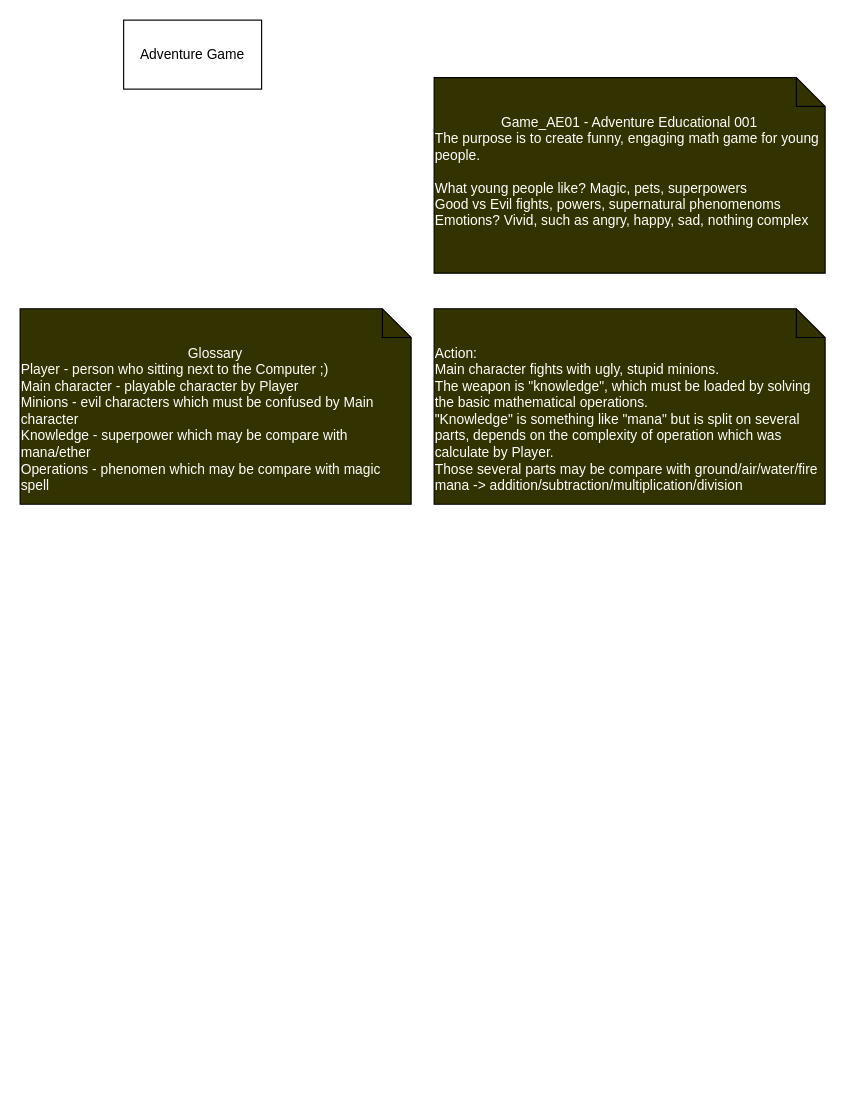
The draw.io diagram adventure_educational_game_001.drawio in Dexmo-7/ProjectM01, before the edit. Source tidied: cells renumbered, new cells numbered last; positions are measured from the earlier drawing's top-left corner, leaving out a move shared by most shapes. Both pictures are drawn from the tidied source at 115%, with x=0, y=0 at pixel (20, 20).
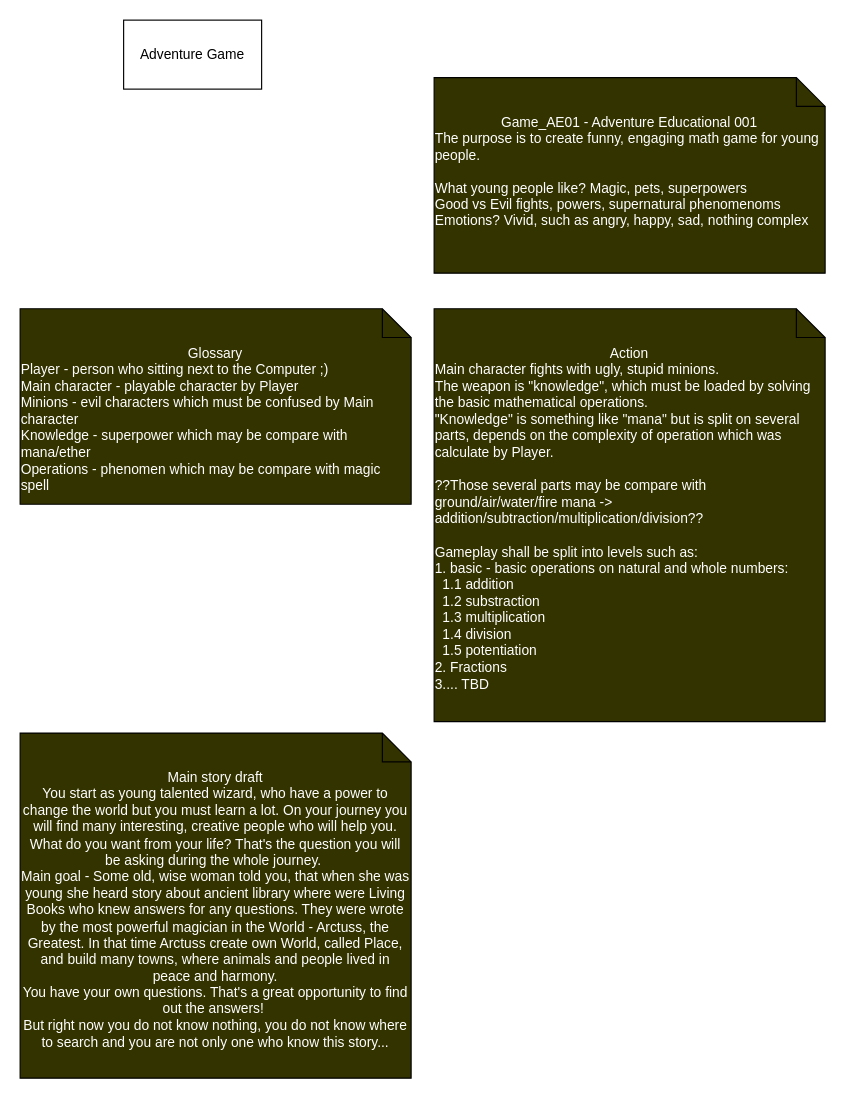
The same diagram, later.

Change to the diagram source:
```diff
@@
 <mxGraphModel>
   <root>
     <mxCell id="0" />
     <mxCell id="1" parent="0" />
     <mxCell id="2" value="Adventure Game" style="rounded=0;whiteSpace=wrap;html=1;" parent="1" vertex="1">
       <mxGeometry x="90" width="120" height="60" as="geometry" />
     </mxCell>
     <mxCell id="3" value="Game_AE01 - Adventure Educational 001&lt;br&gt;&lt;div style=&quot;text-align: left;&quot;&gt;&lt;span style=&quot;background-color: initial;&quot;&gt;The purpose is to create funny, engaging math game for young people.&lt;/span&gt;&lt;/div&gt;&lt;div style=&quot;text-align: left;&quot;&gt;&lt;span style=&quot;background-color: initial;&quot;&gt;&lt;br&gt;&lt;/span&gt;&lt;/div&gt;&lt;div style=&quot;text-align: left;&quot;&gt;&lt;span style=&quot;background-color: initial;&quot;&gt;What young people like? Magic, pets, superpowers&amp;nbsp;&lt;/span&gt;&lt;/div&gt;&lt;div style=&quot;text-align: left;&quot;&gt;Good vs Evil fights, powers, supernatural phenomenoms&lt;/div&gt;&lt;div style=&quot;text-align: left;&quot;&gt;Emotions? Vivid, such as angry, happy, sad, nothing complex&lt;/div&gt;&lt;div style=&quot;text-align: left;&quot;&gt;&lt;br&gt;&lt;/div&gt;" style="shape=note2;boundedLbl=1;whiteSpace=wrap;html=1;size=25;verticalAlign=top;align=center;fillColor=#333300;fontColor=#FFFFFF;" parent="1" vertex="1">
       <mxGeometry x="360" y="50" width="340" height="170" as="geometry" />
     </mxCell>
-    <mxCell id="4" value="&lt;div style=&quot;text-align: left;&quot;&gt;Action:&lt;/div&gt;&lt;div style=&quot;text-align: left;&quot;&gt;Main character fights with ugly, stupid minions.&lt;br&gt;The weapon is &quot;knowledge&quot;, which must be loaded by solving the basic mathematical operations.&lt;br&gt;&quot;Knowledge&quot; is something like &quot;mana&quot; but is split on several parts, depends on the complexity of operation which was calculate by Player.&lt;/div&gt;&lt;div style=&quot;text-align: left;&quot;&gt;Those several parts may be compare with ground/air/water/fire mana -&amp;gt; addition/subtraction/multiplication/division&lt;/div&gt;" style="shape=note2;boundedLbl=1;whiteSpace=wrap;html=1;size=25;verticalAlign=top;align=center;fillColor=#333300;fontColor=#FFFFFF;" parent="1" vertex="1">
-      <mxGeometry x="360" y="251" width="340" height="170" as="geometry" />
+    <mxCell id="4" value="&lt;div style=&quot;&quot;&gt;Action&lt;/div&gt;&lt;div style=&quot;text-align: left;&quot;&gt;Main character fights with ugly, stupid minions.&lt;br&gt;The weapon is &quot;knowledge&quot;, which must be loaded by solving the basic mathematical operations.&lt;br&gt;&quot;Knowledge&quot; is something like &quot;mana&quot; but is split on several parts, depends on the complexity of operation which was calculate by Player.&lt;br&gt;&lt;br&gt;&lt;/div&gt;&lt;div style=&quot;text-align: left;&quot;&gt;??Those several parts may be compare with ground/air/water/fire mana -&amp;gt; addition/subtraction/multiplication/division??&lt;/div&gt;&lt;div style=&quot;text-align: left;&quot;&gt;&lt;br&gt;&lt;/div&gt;&lt;div style=&quot;text-align: left;&quot;&gt;Gameplay shall be split into levels such as:&lt;/div&gt;&lt;div style=&quot;text-align: left;&quot;&gt;1. basic - basic operations&amp;nbsp;&lt;span style=&quot;background-color: initial;&quot;&gt;on natural and whole numbers&lt;/span&gt;&lt;span style=&quot;background-color: initial;&quot;&gt;:&lt;/span&gt;&lt;/div&gt;&lt;div style=&quot;text-align: left;&quot;&gt;&amp;nbsp; 1.1 addition&lt;/div&gt;&lt;div style=&quot;text-align: left;&quot;&gt;&amp;nbsp; 1.2 substraction&lt;/div&gt;&lt;div style=&quot;text-align: left;&quot;&gt;&amp;nbsp; 1.3 multiplication&lt;/div&gt;&lt;div style=&quot;text-align: left;&quot;&gt;&amp;nbsp; 1.4 division&lt;/div&gt;&lt;div style=&quot;text-align: left;&quot;&gt;&amp;nbsp; 1.5 potentiation&amp;nbsp;&lt;/div&gt;&lt;div style=&quot;text-align: left;&quot;&gt;2. Fractions&lt;/div&gt;&lt;div style=&quot;text-align: left;&quot;&gt;3.... TBD&lt;/div&gt;" style="shape=note2;boundedLbl=1;whiteSpace=wrap;html=1;size=25;verticalAlign=top;align=center;fillColor=#333300;fontColor=#FFFFFF;" parent="1" vertex="1">
+      <mxGeometry x="360" y="251" width="340" height="359" as="geometry" />
     </mxCell>
     <mxCell id="5" value="&lt;div style=&quot;&quot;&gt;Glossary&lt;/div&gt;&lt;div style=&quot;text-align: left;&quot;&gt;Player - person who sitting next to the Computer ;)&lt;/div&gt;&lt;div style=&quot;text-align: left;&quot;&gt;Main character - playable character by Player&lt;/div&gt;&lt;div style=&quot;text-align: left;&quot;&gt;Minions - evil characters which must be confused by Main character&lt;br&gt;Knowledge - superpower which may be compare with mana/ether&lt;br&gt;Operations - phenomen which may be compare with magic spell&lt;/div&gt;" style="shape=note2;boundedLbl=1;whiteSpace=wrap;html=1;size=25;verticalAlign=top;align=center;fillColor=#333300;fontColor=#FFFFFF;" parent="1" vertex="1">
       <mxGeometry y="251" width="340" height="170" as="geometry" />
     </mxCell>
+    <mxCell id="6" value="&lt;div style=&quot;&quot;&gt;Main story draft&lt;/div&gt;&lt;div style=&quot;&quot;&gt;You start as young talented wizard, who have a power to change the world but you must learn a lot. On your journey you will find many interesting, creative people who will help you.&lt;/div&gt;&lt;div style=&quot;&quot;&gt;What do you want from your life? That's the question you will be asking during the whole journey.&amp;nbsp;&lt;br&gt;Main goal - Some old, wise woman told you, that when she was young she heard story about ancient library where were Living Books who knew answers for any questions. They were wrote by the most powerful magician in the World - Arctuss, the Greatest. In that time Arctuss create own World, called Place, and build many towns, where animals and people lived in peace and harmony.&lt;/div&gt;&lt;div style=&quot;&quot;&gt;You have your own questions. That's a great opportunity to find out the answers!&amp;nbsp;&lt;br&gt;But right now you do not know nothing, you do not know where to search and you are not only one who know this story...&lt;/div&gt;" style="shape=note2;boundedLbl=1;whiteSpace=wrap;html=1;size=25;verticalAlign=top;align=center;fillColor=#333300;fontColor=#FFFFFF;" parent="1" vertex="1">
+      <mxGeometry y="620" width="340" height="300" as="geometry" />
+    </mxCell>
   </root>
 </mxGraphModel>
```
